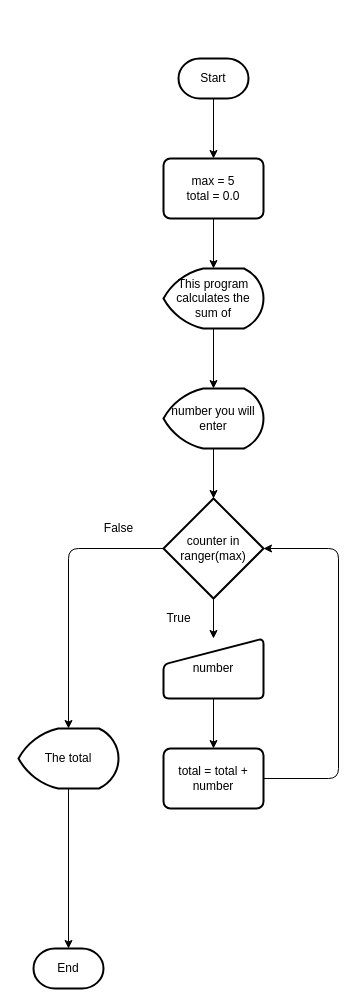
The draw.io diagram L03test/Calculating.drawio in Thanormsaksudsee/INET-Python, before the edit. Source tidied: cells renumbered, new cells numbered last; positions are measured from the earlier drawing's top-left corner, leaving out a move shared by most shapes. Both pictures are drawn from the tidied source at 100%, with x=0, y=0 at pixel (18, 58).
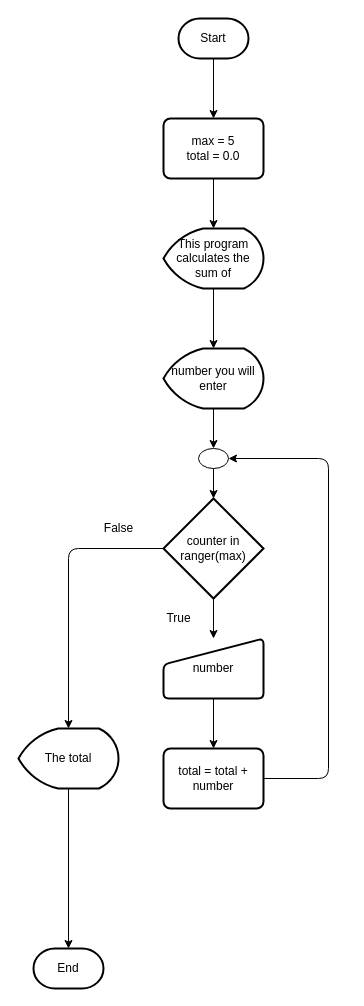
The same diagram, later.

The change refers to these unchanged cells:
```xml
<mxCell id="12" value="counter in ranger(max)" style="strokeWidth=2;html=1;shape=mxgraph.flowchart.decision;whiteSpace=wrap;" parent="1" vertex="1">
  <mxGeometry x="145" y="440" width="100" height="100" as="geometry" />
</mxCell>
<mxCell id="14" value="total = total + number" style="rounded=1;whiteSpace=wrap;html=1;absoluteArcSize=1;arcSize=14;strokeWidth=2;" parent="1" vertex="1">
  <mxGeometry x="145" y="690" width="100" height="60" as="geometry" />
</mxCell>
```

Diff of the diagram source:
```diff
@@
     <mxCell id="3" value="Start" style="strokeWidth=2;html=1;shape=mxgraph.flowchart.terminator;whiteSpace=wrap;" parent="1" vertex="1">
-      <mxGeometry x="160" width="70" height="40" as="geometry" />
+      <mxGeometry x="160" y="-40" width="70" height="40" as="geometry" />
     </mxCell>
@@
     <mxCell id="5" value="max = 5 &lt;br&gt;total = 0.0" style="rounded=1;whiteSpace=wrap;html=1;absoluteArcSize=1;arcSize=14;strokeWidth=2;" parent="1" vertex="1">
-      <mxGeometry x="145" y="100" width="100" height="60" as="geometry" />
+      <mxGeometry x="145" y="60" width="100" height="60" as="geometry" />
     </mxCell>
@@
     <mxCell id="7" value="This program calculates the sum of" style="strokeWidth=2;html=1;shape=mxgraph.flowchart.display;whiteSpace=wrap;" parent="1" vertex="1">
-      <mxGeometry x="145" y="210" width="100" height="60" as="geometry" />
+      <mxGeometry x="145" y="170" width="100" height="60" as="geometry" />
     </mxCell>
-    <mxCell id="8" style="edgeStyle=none;html=1;exitX=0.5;exitY=1;exitDx=0;exitDy=0;exitPerimeter=0;entryX=0.5;entryY=0;entryDx=0;entryDy=0;entryPerimeter=0;" parent="1" edge="1" source="9" target="12">
-      <mxGeometry relative="1" as="geometry" />
-    </mxCell>
+    <mxCell id="22" style="edgeStyle=none;html=1;exitX=0.5;exitY=1;exitDx=0;exitDy=0;exitPerimeter=0;entryX=0.5;entryY=0;entryDx=0;entryDy=0;entryPerimeter=0;" parent="1" edge="1" source="9" target="13">
+      <mxGeometry relative="1" as="geometry" />
+    </mxCell>
     <mxCell id="9" value="number you will enter" style="strokeWidth=2;html=1;shape=mxgraph.flowchart.display;whiteSpace=wrap;" parent="1" vertex="1">
-      <mxGeometry x="145" y="330" width="100" height="60" as="geometry" />
+      <mxGeometry x="145" y="290" width="100" height="60" as="geometry" />
     </mxCell>
@@
-    <mxCell id="13" style="edgeStyle=none;html=1;exitX=1;exitY=0.5;exitDx=0;exitDy=0;entryX=1;entryY=0.5;entryDx=0;entryDy=0;entryPerimeter=0;" parent="1" edge="1" source="14" target="12">
-      <mxGeometry relative="1" as="geometry">
-        <Array as="points">
-          <mxPoint x="320" y="720" />
-          <mxPoint x="320" y="490" />
-        </Array>
-      </mxGeometry>
-    </mxCell>
+    <mxCell id="23" style="edgeStyle=none;html=1;exitX=1;exitY=0.5;exitDx=0;exitDy=0;entryX=1;entryY=0.5;entryDx=0;entryDy=0;entryPerimeter=0;" parent="1" edge="1">
+      <mxGeometry relative="1" as="geometry">
+        <mxPoint x="245" y="720" as="sourcePoint" />
+        <mxPoint x="210" y="400" as="targetPoint" />
+        <Array as="points">
+          <mxPoint x="310" y="720" />
+          <mxPoint x="310" y="400" />
+        </Array>
+      </mxGeometry>
+    </mxCell>
@@
+    <mxCell id="24" style="edgeStyle=none;html=1;exitX=0.5;exitY=1;exitDx=0;exitDy=0;exitPerimeter=0;entryX=0.5;entryY=0;entryDx=0;entryDy=0;entryPerimeter=0;" parent="1" edge="1" source="13" target="12">
+      <mxGeometry relative="1" as="geometry" />
+    </mxCell>
+    <mxCell id="25" style="edgeStyle=none;html=1;exitX=0.5;exitY=0;exitDx=0;exitDy=0;exitPerimeter=0;" parent="1" edge="1" source="13">
+      <mxGeometry relative="1" as="geometry">
+        <mxPoint x="195.5" y="390" as="targetPoint" />
+      </mxGeometry>
+    </mxCell>
+    <mxCell id="13" style="verticalLabelPosition=bottom;verticalAlign=top;html=1;shape=mxgraph.flowchart.on-page_reference;" parent="1" vertex="1">
+      <mxGeometry x="180" y="390" width="30" height="20" as="geometry" />
+    </mxCell>
```
